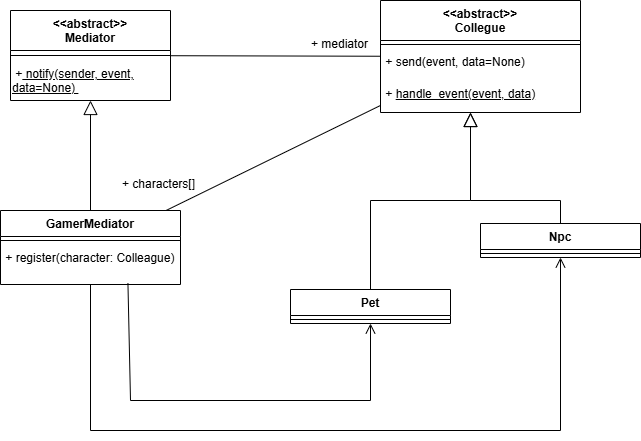
yakovlev20/Object-oriented-analysis-and-design-2 keeps this draw.io diagram as lab03/посредник.png. Above is the earlier version. Source tidied: cells renumbered, new cells last; positions are measured from the earlier drawing's top-left corner, leaving out a move shared by most shapes. Source of this version:
```xml
<mxGraphModel>
  <root>
    <mxCell id="0" />
    <mxCell id="1" parent="0" />
    <mxCell id="2" style="edgeStyle=none;curved=0;rounded=0;jettySize=auto;html=1;fontSize=12;startSize=8;endSize=8;endArrow=open;endFill=0;exitX=0.708;exitY=0.966;exitDx=0;exitDy=0;exitPerimeter=0;" parent="1" edge="1" source="7" target="13">
      <mxGeometry relative="1" as="geometry">
        <Array as="points">
          <mxPoint x="130" y="400" />
          <mxPoint x="370" y="400" />
        </Array>
      </mxGeometry>
    </mxCell>
    <mxCell id="3" style="edgeStyle=none;curved=0;rounded=0;jettySize=auto;html=1;fontSize=12;startSize=8;endSize=8;endArrow=open;endFill=0;" parent="1" edge="1" source="5" target="19">
      <mxGeometry relative="1" as="geometry">
        <Array as="points">
          <mxPoint x="90" y="430" />
          <mxPoint x="560" y="430" />
        </Array>
      </mxGeometry>
    </mxCell>
    <mxCell id="4" style="rounded=0;jettySize=auto;html=1;endArrow=none;endFill=0;" parent="1" edge="1" source="5" target="8">
      <mxGeometry relative="1" as="geometry" />
    </mxCell>
    <mxCell id="5" value="GamerMediator" style="swimlane;fontStyle=1;align=center;verticalAlign=top;horizontal=1;startSize=26;whiteSpace=wrap;html=1;" parent="1" vertex="1">
      <mxGeometry y="210" width="180" height="74" as="geometry" />
    </mxCell>
    <mxCell id="6" style="line;strokeWidth=1;fillColor=none;align=left;verticalAlign=middle;spacingTop=-1;spacingLeft=3;spacingRight=3;labelPosition=right;strokeColor=inherit;" parent="5" vertex="1">
      <mxGeometry y="26" width="180" height="8" as="geometry" />
    </mxCell>
    <mxCell id="7" value="&amp;nbsp;+ register(character: Colleague)" style="text;whiteSpace=wrap;html=1;" parent="5" vertex="1">
      <mxGeometry y="34" width="180" height="40" as="geometry" />
    </mxCell>
    <mxCell id="8" value="&lt;div&gt;&amp;lt;&amp;lt;abstract&amp;gt;&amp;gt;&lt;/div&gt;Collegue" style="swimlane;fontStyle=1;align=center;verticalAlign=top;horizontal=1;startSize=40;whiteSpace=wrap;html=1;" parent="1" vertex="1">
      <mxGeometry x="380" width="200" height="112" as="geometry" />
    </mxCell>
    <mxCell id="9" style="line;strokeWidth=1;fillColor=none;align=left;verticalAlign=middle;spacingTop=-1;spacingLeft=3;spacingRight=3;labelPosition=right;strokeColor=inherit;" parent="8" vertex="1">
      <mxGeometry y="40" width="200" height="8" as="geometry" />
    </mxCell>
    <mxCell id="10" value="&amp;nbsp;+ send(event, data=None)" style="text;whiteSpace=wrap;html=1;" parent="8" vertex="1">
      <mxGeometry y="48" width="200" height="32" as="geometry" />
    </mxCell>
    <mxCell id="11" value="&amp;nbsp;+ &lt;u&gt;handle_event(event, data)&lt;/u&gt;" style="text;whiteSpace=wrap;html=1;" parent="8" vertex="1">
      <mxGeometry y="80" width="200" height="32" as="geometry" />
    </mxCell>
    <mxCell id="12" style="edgeStyle=orthogonalEdgeStyle;rounded=0;jettySize=auto;html=1;fontSize=12;startSize=8;endSize=12;endArrow=block;endFill=0;" parent="1" edge="1" source="13" target="8">
      <mxGeometry relative="1" as="geometry">
        <Array as="points">
          <mxPoint x="470" y="200" />
        </Array>
      </mxGeometry>
    </mxCell>
    <mxCell id="13" value="Pet" style="swimlane;fontStyle=1;align=center;verticalAlign=top;horizontal=1;startSize=26;whiteSpace=wrap;html=1;" parent="1" vertex="1">
      <mxGeometry x="290" y="289" width="160" height="34" as="geometry" />
    </mxCell>
    <mxCell id="14" style="line;strokeWidth=1;fillColor=none;align=left;verticalAlign=middle;spacingTop=-1;spacingLeft=3;spacingRight=3;labelPosition=right;strokeColor=inherit;" parent="13" vertex="1">
      <mxGeometry y="26" width="160" height="8" as="geometry" />
    </mxCell>
    <mxCell id="15" value="&lt;div&gt;&amp;lt;&amp;lt;abstract&amp;gt;&amp;gt;&lt;/div&gt;Mediator" style="swimlane;fontStyle=1;align=center;verticalAlign=top;horizontal=1;startSize=40;whiteSpace=wrap;html=1;" parent="1" vertex="1">
      <mxGeometry x="10" y="10" width="160" height="90" as="geometry" />
    </mxCell>
    <mxCell id="16" style="line;strokeWidth=1;fillColor=none;align=left;verticalAlign=middle;spacingTop=-1;spacingLeft=3;spacingRight=3;labelPosition=right;strokeColor=inherit;" parent="15" vertex="1">
      <mxGeometry y="40" width="160" height="10" as="geometry" />
    </mxCell>
    <mxCell id="17" value="&amp;nbsp;+&lt;u&gt; notify(sender, event, data=None)&amp;nbsp;&lt;/u&gt;" style="text;whiteSpace=wrap;html=1;" parent="15" vertex="1">
      <mxGeometry y="50" width="160" height="40" as="geometry" />
    </mxCell>
    <mxCell id="18" style="edgeStyle=orthogonalEdgeStyle;rounded=0;jettySize=auto;html=1;fontSize=12;startSize=8;endSize=12;endArrow=block;endFill=0;" parent="1" edge="1" source="19" target="8">
      <mxGeometry relative="1" as="geometry">
        <Array as="points">
          <mxPoint x="470" y="200" />
        </Array>
      </mxGeometry>
    </mxCell>
    <mxCell id="19" value="Npc" style="swimlane;fontStyle=1;align=center;verticalAlign=top;horizontal=1;startSize=26;whiteSpace=wrap;html=1;" parent="1" vertex="1">
      <mxGeometry x="480" y="223" width="160" height="34" as="geometry" />
    </mxCell>
    <mxCell id="20" style="line;strokeWidth=1;fillColor=none;align=left;verticalAlign=middle;spacingTop=-1;spacingLeft=3;spacingRight=3;labelPosition=right;strokeColor=inherit;" parent="19" vertex="1">
      <mxGeometry y="26" width="160" height="8" as="geometry" />
    </mxCell>
    <mxCell id="21" style="edgeStyle=orthogonalEdgeStyle;rounded=0;jettySize=auto;html=1;fontSize=12;startSize=8;endSize=12;endArrow=block;endFill=0;" parent="1" edge="1" source="5" target="15">
      <mxGeometry relative="1" as="geometry">
        <Array as="points">
          <mxPoint x="90" y="250" />
          <mxPoint x="90" y="250" />
        </Array>
      </mxGeometry>
    </mxCell>
    <mxCell id="22" value="+ characters[]" style="text;whiteSpace=wrap;html=1;" parent="1" vertex="1">
      <mxGeometry x="120" y="170" width="90" height="30" as="geometry" />
    </mxCell>
    <mxCell id="23" value="+ mediator" style="text;whiteSpace=wrap;html=1;" parent="1" vertex="1">
      <mxGeometry x="309" y="30" width="61" height="30" as="geometry" />
    </mxCell>
    <mxCell id="24" style="rounded=0;jettySize=auto;html=1;endArrow=none;endFill=0;" parent="1" edge="1" source="15" target="8">
      <mxGeometry relative="1" as="geometry" />
    </mxCell>
  </root>
</mxGraphModel>
```
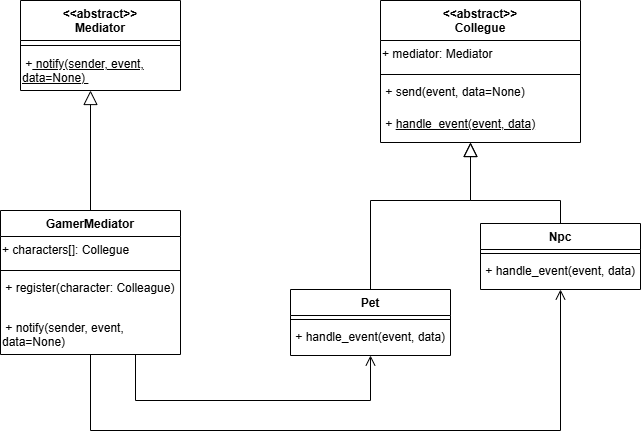
After the change.

Commit message:
основной пакет

Diff of the diagram source:
```diff
@@ -2,10 +2,10 @@
   <root>
     <mxCell id="0" />
     <mxCell id="1" parent="0" />
-    <mxCell id="2" style="edgeStyle=none;curved=0;rounded=0;jettySize=auto;html=1;fontSize=12;startSize=8;endSize=8;endArrow=open;endFill=0;exitX=0.708;exitY=0.966;exitDx=0;exitDy=0;exitPerimeter=0;" parent="1" edge="1" source="7" target="13">
+    <mxCell id="2" style="edgeStyle=none;curved=0;rounded=0;jettySize=auto;html=1;fontSize=12;startSize=8;endSize=8;endArrow=open;endFill=0;exitX=0.75;exitY=1;exitDx=0;exitDy=0;" parent="1" edge="1" source="26" target="13">
       <mxGeometry relative="1" as="geometry">
         <Array as="points">
-          <mxPoint x="130" y="400" />
+          <mxPoint x="135" y="400" />
           <mxPoint x="370" y="400" />
         </Array>
       </mxGeometry>
@@ -18,29 +18,35 @@
         </Array>
       </mxGeometry>
     </mxCell>
-    <mxCell id="4" style="rounded=0;jettySize=auto;html=1;endArrow=none;endFill=0;" parent="1" edge="1" source="5" target="8">
-      <mxGeometry relative="1" as="geometry" />
-    </mxCell>
     <mxCell id="5" value="GamerMediator" style="swimlane;fontStyle=1;align=center;verticalAlign=top;horizontal=1;startSize=26;whiteSpace=wrap;html=1;" parent="1" vertex="1">
-      <mxGeometry y="210" width="180" height="74" as="geometry" />
+      <mxGeometry y="210" width="180" height="144" as="geometry" />
     </mxCell>
+    <mxCell id="25" value="+ characters[]: Collegue" style="text;whiteSpace=wrap;html=1;" parent="5" vertex="1">
+      <mxGeometry y="26" width="180" height="30" as="geometry" />
+    </mxCell>
     <mxCell id="6" style="line;strokeWidth=1;fillColor=none;align=left;verticalAlign=middle;spacingTop=-1;spacingLeft=3;spacingRight=3;labelPosition=right;strokeColor=inherit;" parent="5" vertex="1">
-      <mxGeometry y="26" width="180" height="8" as="geometry" />
+      <mxGeometry y="56" width="180" height="8" as="geometry" />
     </mxCell>
     <mxCell id="7" value="&amp;nbsp;+ register(character: Colleague)" style="text;whiteSpace=wrap;html=1;" parent="5" vertex="1">
-      <mxGeometry y="34" width="180" height="40" as="geometry" />
+      <mxGeometry y="64" width="180" height="40" as="geometry" />
     </mxCell>
+    <mxCell id="26" value="&amp;nbsp;+ notify(sender, event, data=None)&amp;nbsp;" style="text;whiteSpace=wrap;html=1;" parent="5" vertex="1">
+      <mxGeometry y="104" width="180" height="40" as="geometry" />
+    </mxCell>
     <mxCell id="8" value="&lt;div&gt;&amp;lt;&amp;lt;abstract&amp;gt;&amp;gt;&lt;/div&gt;Collegue" style="swimlane;fontStyle=1;align=center;verticalAlign=top;horizontal=1;startSize=40;whiteSpace=wrap;html=1;" parent="1" vertex="1">
-      <mxGeometry x="380" width="200" height="112" as="geometry" />
+      <mxGeometry x="380" width="200" height="142" as="geometry" />
     </mxCell>
+    <mxCell id="23" value="+ mediator: Mediator" style="text;whiteSpace=wrap;html=1;" parent="8" vertex="1">
+      <mxGeometry y="40" width="200" height="30" as="geometry" />
+    </mxCell>
     <mxCell id="9" style="line;strokeWidth=1;fillColor=none;align=left;verticalAlign=middle;spacingTop=-1;spacingLeft=3;spacingRight=3;labelPosition=right;strokeColor=inherit;" parent="8" vertex="1">
-      <mxGeometry y="40" width="200" height="8" as="geometry" />
+      <mxGeometry y="70" width="200" height="8" as="geometry" />
     </mxCell>
     <mxCell id="10" value="&amp;nbsp;+ send(event, data=None)" style="text;whiteSpace=wrap;html=1;" parent="8" vertex="1">
-      <mxGeometry y="48" width="200" height="32" as="geometry" />
+      <mxGeometry y="78" width="200" height="32" as="geometry" />
     </mxCell>
     <mxCell id="11" value="&amp;nbsp;+ &lt;u&gt;handle_event(event, data)&lt;/u&gt;" style="text;whiteSpace=wrap;html=1;" parent="8" vertex="1">
-      <mxGeometry y="80" width="200" height="32" as="geometry" />
+      <mxGeometry y="110" width="200" height="32" as="geometry" />
     </mxCell>
     <mxCell id="12" style="edgeStyle=orthogonalEdgeStyle;rounded=0;jettySize=auto;html=1;fontSize=12;startSize=8;endSize=12;endArrow=block;endFill=0;" parent="1" edge="1" source="13" target="8">
       <mxGeometry relative="1" as="geometry">
@@ -50,13 +56,16 @@
       </mxGeometry>
     </mxCell>
     <mxCell id="13" value="Pet" style="swimlane;fontStyle=1;align=center;verticalAlign=top;horizontal=1;startSize=26;whiteSpace=wrap;html=1;" parent="1" vertex="1">
-      <mxGeometry x="290" y="289" width="160" height="34" as="geometry" />
+      <mxGeometry x="290" y="289" width="160" height="66" as="geometry" />
     </mxCell>
     <mxCell id="14" style="line;strokeWidth=1;fillColor=none;align=left;verticalAlign=middle;spacingTop=-1;spacingLeft=3;spacingRight=3;labelPosition=right;strokeColor=inherit;" parent="13" vertex="1">
       <mxGeometry y="26" width="160" height="8" as="geometry" />
     </mxCell>
+    <mxCell id="27" value="&amp;nbsp;+ handle_event(event, data)" style="text;whiteSpace=wrap;html=1;" parent="13" vertex="1">
+      <mxGeometry y="34" width="160" height="32" as="geometry" />
+    </mxCell>
     <mxCell id="15" value="&lt;div&gt;&amp;lt;&amp;lt;abstract&amp;gt;&amp;gt;&lt;/div&gt;Mediator" style="swimlane;fontStyle=1;align=center;verticalAlign=top;horizontal=1;startSize=40;whiteSpace=wrap;html=1;" parent="1" vertex="1">
-      <mxGeometry x="10" y="10" width="160" height="90" as="geometry" />
+      <mxGeometry x="20" width="160" height="90" as="geometry" />
     </mxCell>
     <mxCell id="16" style="line;strokeWidth=1;fillColor=none;align=left;verticalAlign=middle;spacingTop=-1;spacingLeft=3;spacingRight=3;labelPosition=right;strokeColor=inherit;" parent="15" vertex="1">
       <mxGeometry y="40" width="160" height="10" as="geometry" />
@@ -72,11 +81,14 @@
       </mxGeometry>
     </mxCell>
     <mxCell id="19" value="Npc" style="swimlane;fontStyle=1;align=center;verticalAlign=top;horizontal=1;startSize=26;whiteSpace=wrap;html=1;" parent="1" vertex="1">
-      <mxGeometry x="480" y="223" width="160" height="34" as="geometry" />
+      <mxGeometry x="480" y="223" width="160" height="66" as="geometry" />
     </mxCell>
     <mxCell id="20" style="line;strokeWidth=1;fillColor=none;align=left;verticalAlign=middle;spacingTop=-1;spacingLeft=3;spacingRight=3;labelPosition=right;strokeColor=inherit;" parent="19" vertex="1">
       <mxGeometry y="26" width="160" height="8" as="geometry" />
     </mxCell>
+    <mxCell id="28" value="&amp;nbsp;+ handle_event(event, data)" style="text;whiteSpace=wrap;html=1;" parent="19" vertex="1">
+      <mxGeometry y="34" width="160" height="32" as="geometry" />
+    </mxCell>
     <mxCell id="21" style="edgeStyle=orthogonalEdgeStyle;rounded=0;jettySize=auto;html=1;fontSize=12;startSize=8;endSize=12;endArrow=block;endFill=0;" parent="1" edge="1" source="5" target="15">
       <mxGeometry relative="1" as="geometry">
         <Array as="points">
@@ -85,14 +97,5 @@
         </Array>
       </mxGeometry>
     </mxCell>
-    <mxCell id="22" value="+ characters[]" style="text;whiteSpace=wrap;html=1;" parent="1" vertex="1">
-      <mxGeometry x="120" y="170" width="90" height="30" as="geometry" />
-    </mxCell>
-    <mxCell id="23" value="+ mediator" style="text;whiteSpace=wrap;html=1;" parent="1" vertex="1">
-      <mxGeometry x="309" y="30" width="61" height="30" as="geometry" />
-    </mxCell>
-    <mxCell id="24" style="rounded=0;jettySize=auto;html=1;endArrow=none;endFill=0;" parent="1" edge="1" source="15" target="8">
-      <mxGeometry relative="1" as="geometry" />
-    </mxCell>
   </root>
 </mxGraphModel>
```
